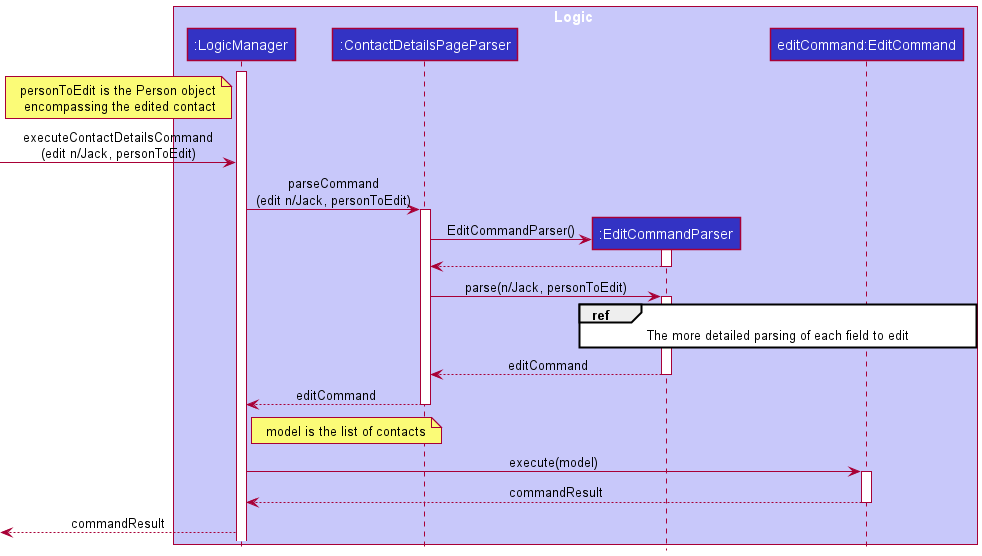
Above: docs/images/EditCommandSequenceDiagram.png in tonishka/tp (PlantUML), before the change.
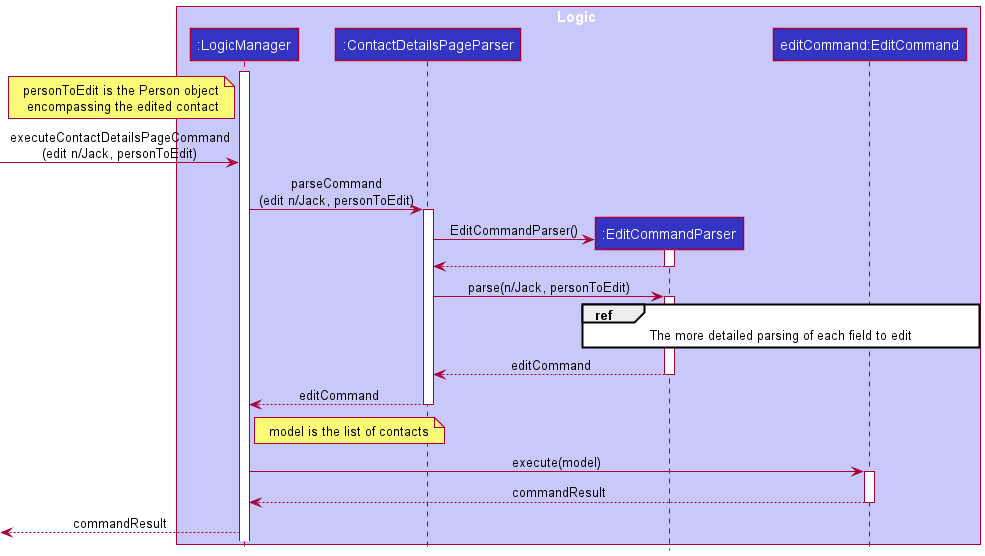
Later version of the same file.

Change to the diagram source:
```diff
@@ -11,7 +11,7 @@
 
 activate LogicManager
 note left of LogicManager: personToEdit is the Person object\n encompassing the edited contact
--> LogicManager : executeContactDetailsCommand\n(edit n/Jack, personToEdit)
+-> LogicManager : executeContactDetailsPageCommand\n(edit n/Jack, personToEdit)
 LogicManager -> ContactDetailsParser : parseCommand\n(edit n/Jack, personToEdit)
 activate ContactDetailsParser
 ContactDetailsParser -> EditCommandParser ** : EditCommandParser()
```
